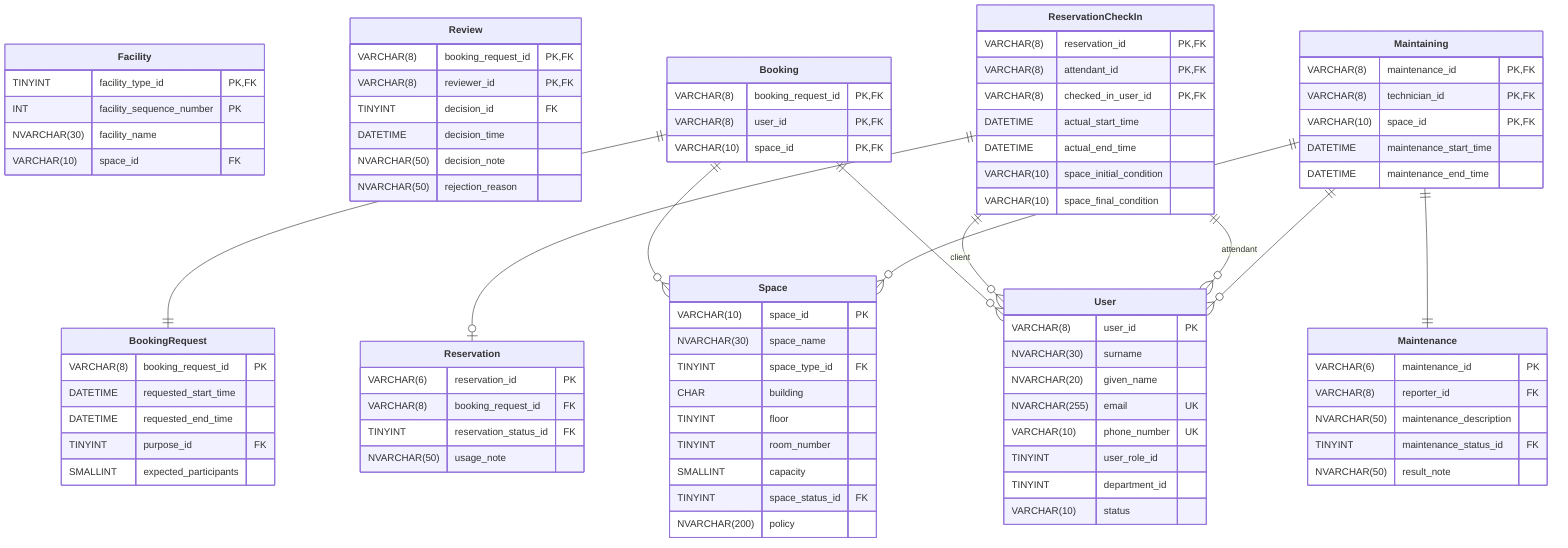
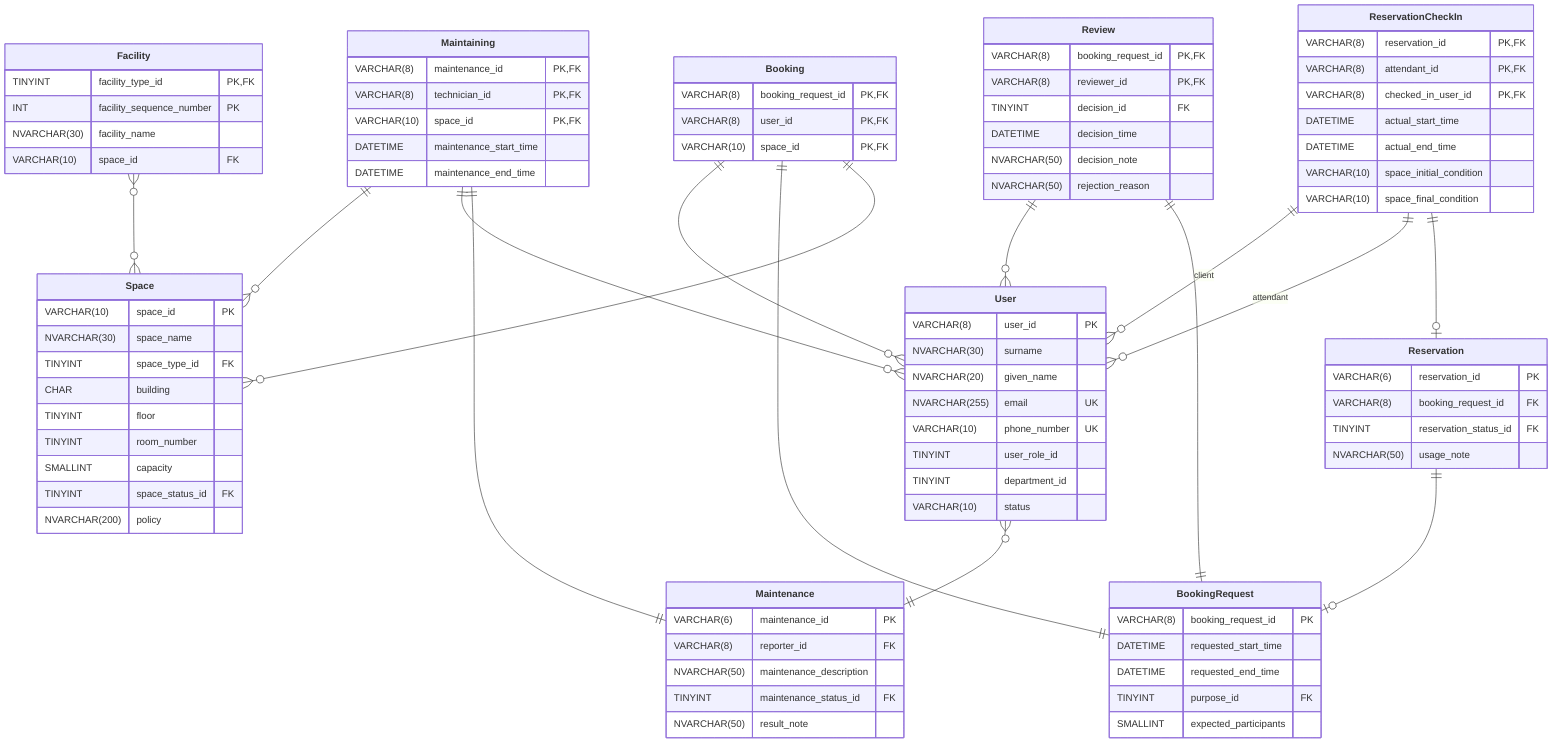
erDiagram

%%%%%%%%%%%%%%%%%%%%%%%%%%%%%%%%%%%%%
%%%%%%%%%%%%% ENTITIES %%%%%%%%%%%%%%
%%%%%%%%%%%%%%%%%%%%%%%%%%%%%%%%%%%%%
**Space** {
	VARCHAR(10) 	space_id 					PK
	NVARCHAR(30) 	space_name
	TINYINT 		space_type_id 				FK
	CHAR 			building
	TINYINT 		floor
	TINYINT 		room_number
	SMALLINT 		capacity
	TINYINT 		space_status_id				FK
	NVARCHAR(200) 	policy
}

**User** {
	VARCHAR(8) 		user_id 					PK
	NVARCHAR(30) 	surname
	NVARCHAR(20) 	given_name
	NVARCHAR(255) 	email 						UK
	VARCHAR(10) 	phone_number 				UK
	TINYINT 		user_role_id
	TINYINT 		department_id
	VARCHAR(10) 	status
}

**Facility** {
	TINYINT 		facility_type_id 			PK, FK
	INT 			facility_sequence_number 	PK
	NVARCHAR(30) 	facility_name
	VARCHAR(10) 	space_id 					FK
}

**BookingRequest** {
	VARCHAR(8) 		booking_request_id 			PK
	DATETIME 		requested_start_time
	DATETIME 		requested_end_time
	TINYINT 		purpose_id 					FK
	SMALLINT 		expected_participants
}

- **Review** {
- 	VARCHAR(8) 		booking_request_id 			PK, FK
- 	VARCHAR(8) 		reviewer_id 				PK, FK
- 	TINYINT 		decision_id 				FK
- 	DATETIME 		decision_time
- 	NVARCHAR(50) 	decision_note
- 	NVARCHAR(50) 	rejection_reason
- }
- 
**Reservation** {
	VARCHAR(6) 		reservation_id 				PK
	VARCHAR(8) 		booking_request_id 			FK
	TINYINT 		reservation_status_id 		FK
	NVARCHAR(50)	usage_note
}

**Maintenance** {
	VARCHAR(6)		maintenance_id				PK
	VARCHAR(8)		reporter_id					FK
	NVARCHAR(50)	maintenance_description
	TINYINT			maintenance_status_id		FK
	NVARCHAR(50)	result_note
}

%%%%%%%%%%%%%%%%%%%%%%%%%%%%%%%%
%%% RELATIONSHIPS (EXCITING) %%%
%%%%%%%%%%%%%%%%%%%%%%%%%%%%%%%%
**Booking** {
	VARCHAR(8)		booking_request_id			PK, FK
	VARCHAR(8)		user_id						PK, FK
	VARCHAR(10)		space_id					PK, FK
}
**Booking** ||--o{ **User** : ​
**Booking** ||--|| **BookingRequest** : ​
**Booking** ||--o{ **Space** : ​

+ **Review** {
+ 	VARCHAR(8) 		booking_request_id 			PK, FK
+ 	VARCHAR(8) 		reviewer_id 				PK, FK
+ 	TINYINT 		decision_id 				FK
+ 	DATETIME 		decision_time
+ 	NVARCHAR(50) 	decision_note
+ 	NVARCHAR(50) 	rejection_reason
+ }
+ **Review** ||--o{ **User** : ​
+ **Review** ||--|| **BookingRequest** : ​
+ 
+ 
**ReservationCheckIn** {
	VARCHAR(8)		reservation_id				PK, FK
	VARCHAR(8)		attendant_id				PK, FK
	VARCHAR(8)		checked_in_user_id			PK, FK
	DATETIME		actual_start_time
	DATETIME		actual_end_time
	VARCHAR(10)		space_initial_condition
	VARCHAR(10)		space_final_condition
}
**ReservationCheckIn** ||--o{ **User** : client
**ReservationCheckIn** ||--o{ **User** : attendant
**ReservationCheckIn** ||--o| **Reservation** : ​

**Maintaining** {
	VARCHAR(8)		maintenance_id				PK, FK
	VARCHAR(8)		technician_id				PK, FK
	VARCHAR(10)		space_id					PK, FK
	DATETIME		maintenance_start_time
	DATETIME		maintenance_end_time
}
**Maintaining** ||--o{ **Space** : ​
**Maintaining** ||--o{ **User** : ​
- **Maintaining** ||--|| **Maintenance**: ​+ **Maintaining** ||--|| **Maintenance**: ​
+ 
+ %%%%%%%%%%%%%%%%%%%%%%%%%%%%%%%%%%%%%%%%%
+ %%%%% RELATIONSHIPS (LESS EXCITING) %%%%%
+ %%%%%%%%%%%%%%%%%%%%%%%%%%%%%%%%%%%%%%%%%
+ **Facility** }o--o{ **Space** : ​
+ **Reservation** ||--o| **BookingRequest** : ​
+ **User** }o--|| **Maintenance** : ​